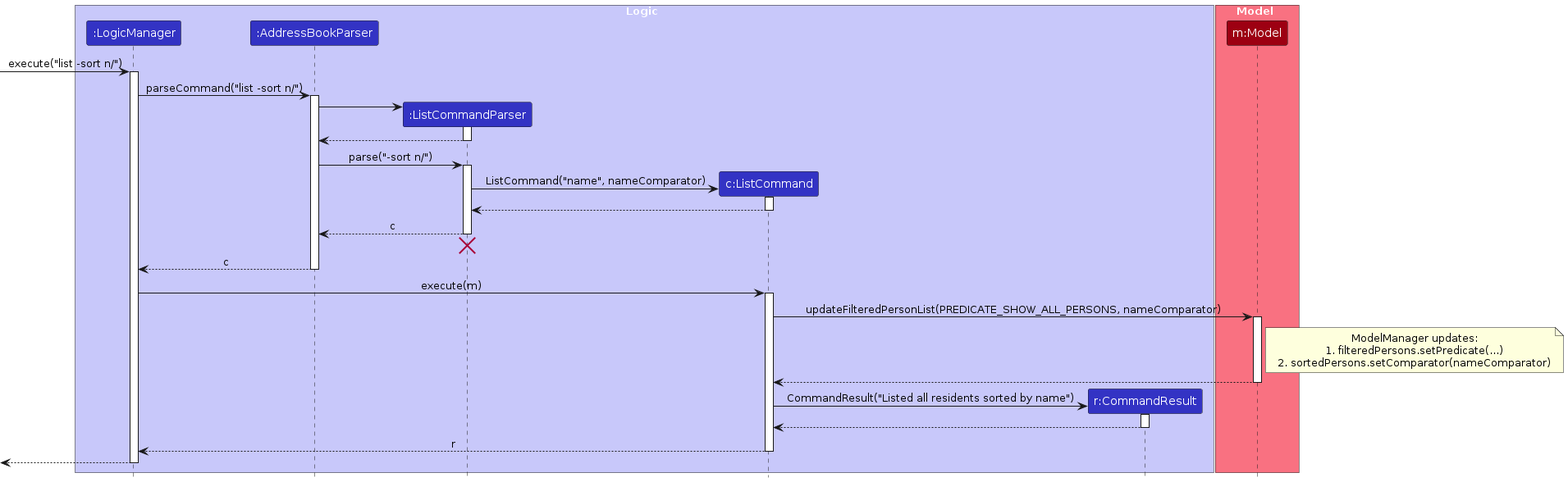
Earlier version of the PlantUML export diagrams/SortingSequenceDiagram.png (lamemario/tp). Its source is kept beside it as diagrams/SortingSequenceDiagram.puml. The source it was exported from:
```plantuml
@startuml
!include style.puml
skinparam ArrowFontStyle plain

box Logic LOGIC_COLOR_T1
participant ":LogicManager" as LogicManager LOGIC_COLOR
participant ":AddressBookParser" as AddressBookParser LOGIC_COLOR
participant ":ListCommandParser" as ListCommandParser LOGIC_COLOR
participant "c:ListCommand" as ListCommand LOGIC_COLOR
participant "r:CommandResult" as CommandResult LOGIC_COLOR
end box

box Model MODEL_COLOR_T1
participant "m:Model" as Model MODEL_COLOR
end box

[-> LogicManager : execute("list -sort n/")
activate LogicManager

LogicManager -> AddressBookParser : parseCommand("list -sort n/")
activate AddressBookParser

create ListCommandParser
AddressBookParser -> ListCommandParser
activate ListCommandParser

ListCommandParser --> AddressBookParser
deactivate ListCommandParser

AddressBookParser -> ListCommandParser : parse("-sort n/")
activate ListCommandParser

create ListCommand
ListCommandParser -> ListCommand : ListCommand("name", nameComparator)
activate ListCommand
ListCommand --> ListCommandParser
deactivate ListCommand

ListCommandParser --> AddressBookParser : c
deactivate ListCommandParser
ListCommandParser -[hidden]-> AddressBookParser
destroy ListCommandParser

AddressBookParser --> LogicManager : c
deactivate AddressBookParser

LogicManager -> ListCommand : execute(m)
activate ListCommand

ListCommand -> Model : updateFilteredPersonList(PREDICATE_SHOW_ALL_PERSONS, nameComparator)
activate Model
note right of Model
  ModelManager updates:
  1. filteredPersons.setPredicate(...)
  2. sortedPersons.setComparator(nameComparator)
end note
Model --> ListCommand
deactivate Model

create CommandResult
ListCommand -> CommandResult : CommandResult("Listed all residents sorted by name")
activate CommandResult
CommandResult --> ListCommand
deactivate CommandResult

ListCommand --> LogicManager : r
deactivate ListCommand

[<-- LogicManager
deactivate LogicManager
@enduml
```
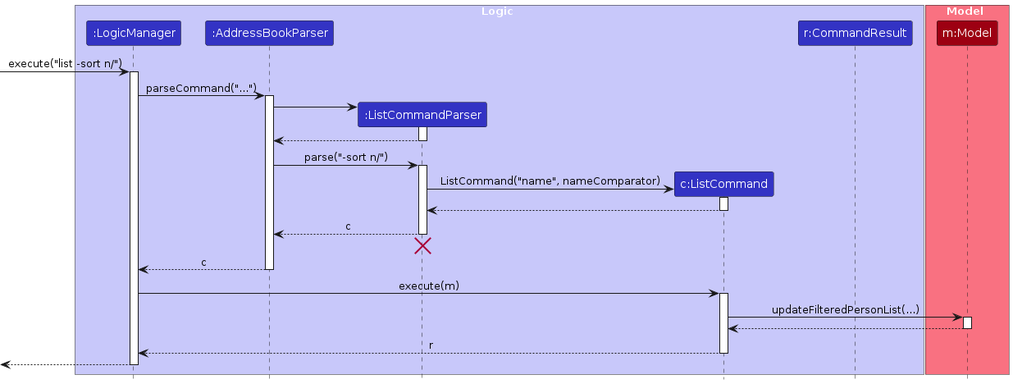
The same file after the commit.

What changed in the source:
```diff
@@ -17,7 +17,7 @@
 [-> LogicManager : execute("list -sort n/")
 activate LogicManager
 
-LogicManager -> AddressBookParser : parseCommand("list -sort n/")
+LogicManager -> AddressBookParser : parseCommand("...")
 activate AddressBookParser
 
 create ListCommandParser
@@ -47,21 +47,10 @@
 LogicManager -> ListCommand : execute(m)
 activate ListCommand
 
-ListCommand -> Model : updateFilteredPersonList(PREDICATE_SHOW_ALL_PERSONS, nameComparator)
+ListCommand -> Model : updateFilteredPersonList(...)
 activate Model
-note right of Model
-  ModelManager updates:
-  1. filteredPersons.setPredicate(...)
-  2. sortedPersons.setComparator(nameComparator)
-end note
 Model --> ListCommand
 deactivate Model
-
-create CommandResult
-ListCommand -> CommandResult : CommandResult("Listed all residents sorted by name")
-activate CommandResult
-CommandResult --> ListCommand
-deactivate CommandResult
 
 ListCommand --> LogicManager : r
 deactivate ListCommand
```
